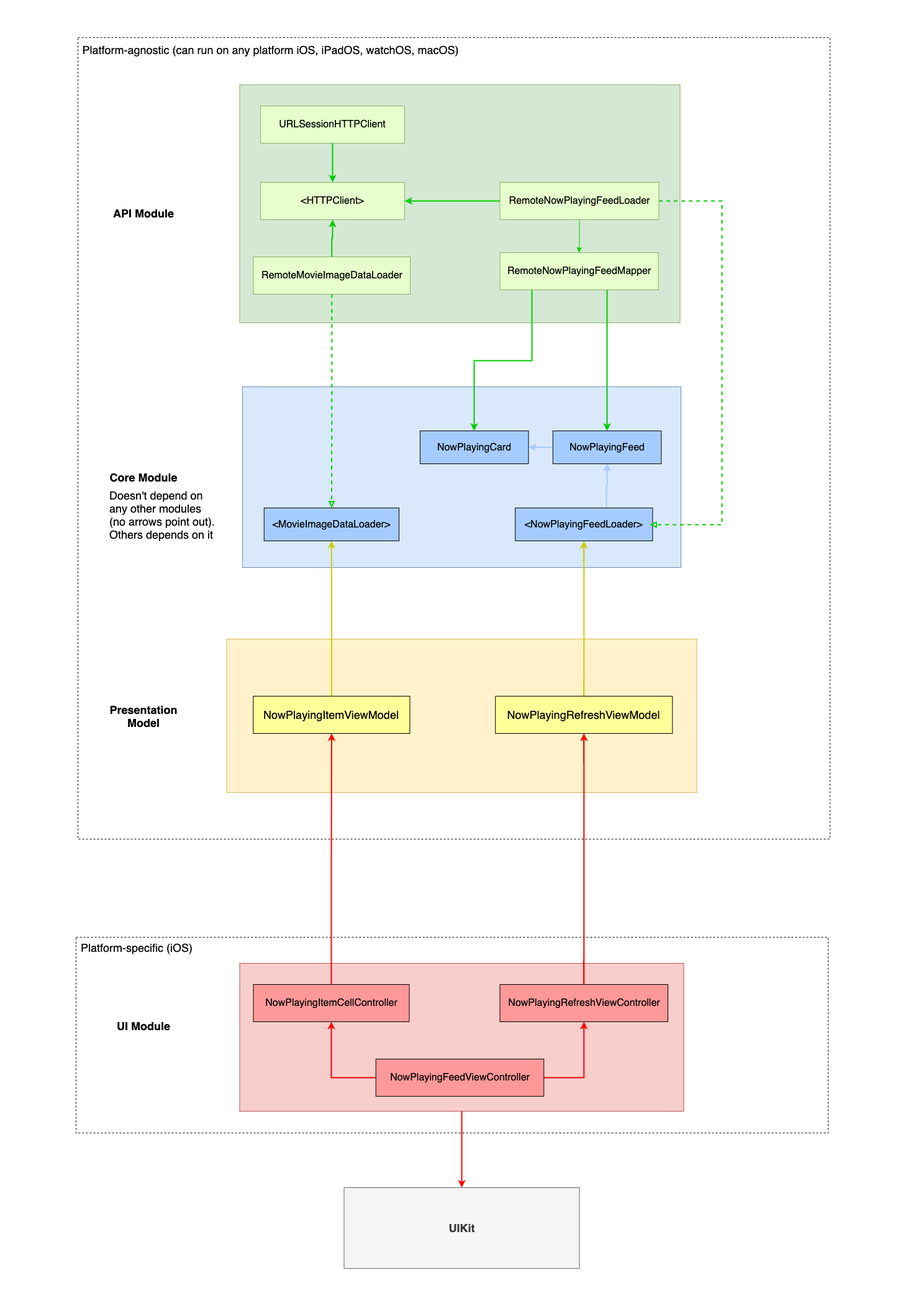
Above: Architecture-MVVM.png in LearnWithTung/MoviesApplication (draw.io), before the change. Source tidied: cells renumbered, new cells last; positions are measured from the earlier drawing's top-left corner, leaving out a move shared by most shapes.
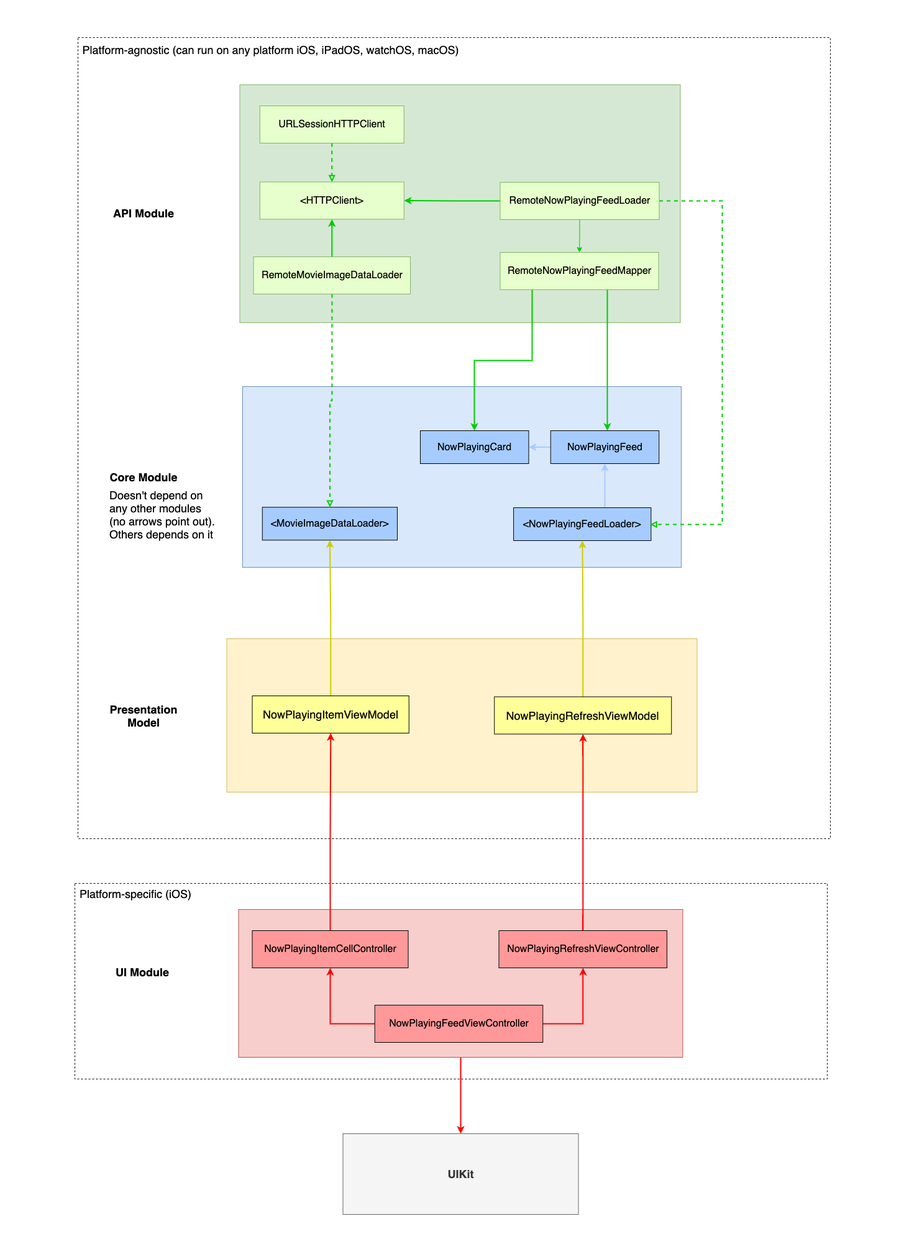
After the change.

Commit message:
update architecture diagram

What changed in the source:
```diff
@@ -9,7 +9,7 @@
       <mxGeometry x="364.5" y="1028" width="757" height="247" as="geometry" />
     </mxCell>
     <mxCell id="4" style="rounded=0;whiteSpace=wrap;html=1;fontSize=18;strokeColor=#000000;gradientColor=none;fillColor=none;dashed=1;fontStyle=1;" parent="1" vertex="1">
-      <mxGeometry x="122" y="1508" width="1211" height="315" as="geometry" />
+      <mxGeometry x="120" y="1422" width="1211" height="315" as="geometry" />
     </mxCell>
     <mxCell id="5" style="rounded=0;whiteSpace=wrap;html=1;fillColor=#dae8fc;strokeColor=#6c8ebf;" parent="1" vertex="1">
       <mxGeometry x="390" y="622" width="706" height="291" as="geometry" />
@@ -18,13 +18,13 @@
       <mxGeometry relative="1" as="geometry" />
     </mxCell>
     <mxCell id="7" value="&amp;lt;NowPlayingFeedLoader&amp;gt;" style="rounded=0;whiteSpace=wrap;html=1;fontSize=16;fillColor=#A6CCFF;" parent="1" vertex="1">
-      <mxGeometry x="829.1" y="817" width="221.2" height="53" as="geometry" />
+      <mxGeometry x="826.1" y="817" width="221.2" height="53" as="geometry" />
     </mxCell>
     <mxCell id="8" style="edgeStyle=orthogonalEdgeStyle;rounded=0;jettySize=auto;html=1;strokeColor=#A6CCFF;strokeWidth=2;" parent="1" edge="1" source="9" target="10">
       <mxGeometry relative="1" as="geometry" />
     </mxCell>
     <mxCell id="9" value="NowPlayingFeed" style="rounded=0;whiteSpace=wrap;html=1;fontSize=16;fillColor=#A6CCFF;" parent="1" vertex="1">
-      <mxGeometry x="889.8" y="693" width="174.5" height="53" as="geometry" />
+      <mxGeometry x="885.8" y="693" width="174.5" height="53" as="geometry" />
     </mxCell>
     <mxCell id="10" value="NowPlayingCard" style="rounded=0;whiteSpace=wrap;html=1;fontSize=16;fillColor=#A6CCFF;" parent="1" vertex="1">
       <mxGeometry x="676" y="693" width="174.5" height="53" as="geometry" />
@@ -70,16 +70,16 @@
       <mxGeometry x="804.5" y="406" width="255" height="60" as="geometry" />
     </mxCell>
     <mxCell id="19" value="&amp;lt;HTTPClient&amp;gt;" style="rounded=0;whiteSpace=wrap;html=1;fontSize=16;strokeColor=#82b366;fillColor=#E6FFCC;" parent="1" vertex="1">
-      <mxGeometry x="419" y="293" width="232" height="60" as="geometry" />
+      <mxGeometry x="417.8" y="292.5" width="232" height="60" as="geometry" />
     </mxCell>
-    <mxCell id="20" style="edgeStyle=orthogonalEdgeStyle;rounded=0;jettySize=auto;html=1;endArrow=classic;endFill=1;strokeWidth=2;strokeColor=#00CC00;" parent="1" edge="1" source="21" target="19">
+    <mxCell id="20" style="edgeStyle=orthogonalEdgeStyle;rounded=0;jettySize=auto;html=1;endArrow=block;endFill=0;strokeWidth=2;strokeColor=#00CC00;dashed=1;" parent="1" edge="1" source="21" target="19">
       <mxGeometry relative="1" as="geometry" />
     </mxCell>
     <mxCell id="21" value="URLSessionHTTPClient" style="rounded=0;whiteSpace=wrap;html=1;fontSize=16;strokeColor=#82b366;fillColor=#E6FFCC;" parent="1" vertex="1">
-      <mxGeometry x="419" y="170" width="232" height="60" as="geometry" />
+      <mxGeometry x="417.8" y="170" width="232" height="60" as="geometry" />
     </mxCell>
     <mxCell id="22" value="&amp;lt;MovieImageDataLoader&amp;gt;" style="rounded=0;whiteSpace=wrap;html=1;fontSize=16;fillColor=#A6CCFF;" parent="1" vertex="1">
-      <mxGeometry x="424.8" y="817" width="217.2" height="53" as="geometry" />
+      <mxGeometry x="421.8" y="816.2" width="217.2" height="53" as="geometry" />
     </mxCell>
     <mxCell id="23" style="edgeStyle=orthogonalEdgeStyle;rounded=0;jettySize=auto;html=1;endArrow=block;endFill=0;strokeWidth=2;strokeColor=#00CC00;dashed=1;" parent="1" edge="1" source="25" target="22">
       <mxGeometry relative="1" as="geometry" />
@@ -94,19 +94,19 @@
       <mxGeometry relative="1" as="geometry" />
     </mxCell>
     <mxCell id="27" style="rounded=0;whiteSpace=wrap;html=1;fillColor=#f8cecc;strokeColor=#b85450;" parent="1" vertex="1">
-      <mxGeometry x="385.5" y="1550" width="715" height="238" as="geometry" />
+      <mxGeometry x="383.5" y="1464" width="715" height="238" as="geometry" />
     </mxCell>
-    <mxCell id="28" style="edgeStyle=orthogonalEdgeStyle;rounded=0;jettySize=auto;html=1;fontSize=18;endArrow=classic;endFill=1;strokeColor=#FF0000;strokeWidth=2;" parent="1" edge="1" source="29" target="46">
+    <mxCell id="28" style="edgeStyle=orthogonalEdgeStyle;rounded=0;jettySize=auto;html=1;endArrow=classic;endFill=1;strokeColor=#FF0000;strokeWidth=2;" parent="1" edge="1" source="29" target="46">
       <mxGeometry relative="1" as="geometry" />
     </mxCell>
     <mxCell id="29" value="NowPlayingRefreshViewController" style="rounded=0;whiteSpace=wrap;html=1;fontSize=16;fillColor=#FF9999;" parent="1" vertex="1">
-      <mxGeometry x="804.5" y="1584" width="270.5" height="60" as="geometry" />
+      <mxGeometry x="802.5" y="1498" width="270.5" height="60" as="geometry" />
     </mxCell>
-    <mxCell id="30" style="edgeStyle=orthogonalEdgeStyle;rounded=0;jettySize=auto;html=1;fontSize=18;endArrow=classic;endFill=1;strokeColor=#FF0000;strokeWidth=2;" parent="1" edge="1" source="31" target="44">
+    <mxCell id="30" style="edgeStyle=orthogonalEdgeStyle;rounded=0;jettySize=auto;html=1;endArrow=classic;endFill=1;strokeColor=#FF0000;strokeWidth=2;" parent="1" edge="1" source="31" target="44">
       <mxGeometry relative="1" as="geometry" />
     </mxCell>
     <mxCell id="31" value="NowPlayingItemCellController" style="rounded=0;whiteSpace=wrap;html=1;fontSize=16;fillColor=#FF9999;" parent="1" vertex="1">
-      <mxGeometry x="407.5" y="1584" width="251" height="60" as="geometry" />
+      <mxGeometry x="405.5" y="1498" width="251" height="60" as="geometry" />
     </mxCell>
     <mxCell id="32" value="API Module" style="text;html=1;strokeColor=none;fillColor=none;align=center;verticalAlign=middle;whiteSpace=wrap;rounded=0;fontSize=18;fontStyle=1;" parent="1" vertex="1">
       <mxGeometry x="154" y="292.5" width="154" height="101.5" as="geometry" />
@@ -115,16 +115,16 @@
       <mxGeometry x="154" y="716.8" width="154" height="101.5" as="geometry" />
     </mxCell>
     <mxCell id="34" value="UI Module" style="text;html=1;strokeColor=none;fillColor=none;align=center;verticalAlign=middle;whiteSpace=wrap;rounded=0;fontSize=18;fontStyle=1;" parent="1" vertex="1">
-      <mxGeometry x="154" y="1599.8" width="154" height="101.5" as="geometry" />
+      <mxGeometry x="152" y="1513.8" width="154" height="101.5" as="geometry" />
     </mxCell>
     <mxCell id="35" value="UIKit" style="rounded=0;whiteSpace=wrap;html=1;fontSize=18;strokeColor=#666666;fillColor=#f5f5f5;fontStyle=1;fontColor=#333333;" parent="1" vertex="1">
-      <mxGeometry x="553.5" y="1911" width="379" height="130" as="geometry" />
+      <mxGeometry x="551.5" y="1825" width="379" height="130" as="geometry" />
     </mxCell>
     <mxCell id="36" value="Platform-agnostic (can run on any platform iOS, iPadOS, watchOS, macOS)" style="text;html=1;strokeColor=none;fillColor=none;align=center;verticalAlign=middle;whiteSpace=wrap;rounded=0;dashed=1;fontSize=18;" parent="1" vertex="1">
       <mxGeometry x="122" y="63" width="627" height="34" as="geometry" />
     </mxCell>
     <mxCell id="37" value="Platform-specific (iOS)" style="text;html=1;strokeColor=none;fillColor=none;align=center;verticalAlign=middle;whiteSpace=wrap;rounded=0;dashed=1;fontSize=18;" parent="1" vertex="1">
-      <mxGeometry x="122" y="1508" width="196" height="34" as="geometry" />
+      <mxGeometry x="120" y="1422" width="196" height="34" as="geometry" />
     </mxCell>
     <mxCell id="38" value="Doesn't depend on any other modules (no arrows point out). Others depends on it" style="text;html=1;strokeColor=none;fillColor=none;align=left;verticalAlign=middle;whiteSpace=wrap;rounded=0;dashed=1;fontSize=18;" parent="1" vertex="1">
       <mxGeometry x="174" y="783" width="181" height="90" as="geometry" />
@@ -139,19 +139,19 @@
       <mxGeometry x="122" width="120" height="60" as="geometry" />
     </mxCell>
     <mxCell id="42" style="rounded=0;whiteSpace=wrap;html=1;dashed=1;fontSize=18;fillColor=none;gradientColor=none;align=left;strokeColor=none;" parent="1" vertex="1">
-      <mxGeometry x="553.5" y="2041" width="120" height="60" as="geometry" />
+      <mxGeometry x="551.5" y="1955" width="120" height="60" as="geometry" />
     </mxCell>
-    <mxCell id="43" style="edgeStyle=orthogonalEdgeStyle;rounded=0;jettySize=auto;html=1;fontSize=18;endArrow=classic;endFill=1;strokeWidth=2;strokeColor=#CCCC00;" parent="1" edge="1" source="44" target="22">
+    <mxCell id="43" style="edgeStyle=orthogonalEdgeStyle;rounded=0;jettySize=auto;html=1;endArrow=classic;endFill=1;strokeWidth=2;strokeColor=#CCCC00;" parent="1" edge="1" source="44" target="22">
       <mxGeometry relative="1" as="geometry" />
     </mxCell>
     <mxCell id="44" value="NowPlayingItemViewModel" style="rounded=0;whiteSpace=wrap;html=1;fontSize=18;strokeColor=#000000;gradientColor=none;align=center;fillColor=#FFFF99;" parent="1" vertex="1">
-      <mxGeometry x="407.2" y="1120" width="252.2" height="60" as="geometry" />
+      <mxGeometry x="405.5" y="1120" width="252.2" height="60" as="geometry" />
     </mxCell>
-    <mxCell id="45" style="edgeStyle=orthogonalEdgeStyle;rounded=0;jettySize=auto;html=1;fontSize=18;endArrow=classic;endFill=1;strokeWidth=2;strokeColor=#CCCC00;" parent="1" edge="1" source="46" target="7">
+    <mxCell id="45" style="edgeStyle=orthogonalEdgeStyle;rounded=0;jettySize=auto;html=1;endArrow=classic;endFill=1;strokeWidth=2;strokeColor=#CCCC00;" parent="1" edge="1" source="46" target="7">
       <mxGeometry relative="1" as="geometry" />
     </mxCell>
     <mxCell id="46" value="NowPlayingRefreshViewModel" style="rounded=0;whiteSpace=wrap;html=1;fontSize=18;strokeColor=#000000;gradientColor=none;align=center;fillColor=#FFFF99;" parent="1" vertex="1">
-      <mxGeometry x="797.2" y="1120" width="285" height="60" as="geometry" />
+      <mxGeometry x="795.2" y="1121.5" width="285" height="60" as="geometry" />
     </mxCell>
     <mxCell id="47" value="Presentation Model" style="text;html=1;strokeColor=none;fillColor=none;align=center;verticalAlign=middle;whiteSpace=wrap;rounded=0;fontSize=18;fontStyle=1;" parent="1" vertex="1">
       <mxGeometry x="154" y="1100.8" width="154" height="101.5" as="geometry" />
@@ -163,7 +163,7 @@
       <mxGeometry relative="1" as="geometry" />
     </mxCell>
     <mxCell id="50" value="NowPlayingFeedViewController" style="rounded=0;whiteSpace=wrap;html=1;fontSize=16;fillColor=#FF9999;" parent="1" vertex="1">
-      <mxGeometry x="604.8" y="1704" width="270.5" height="60" as="geometry" />
+      <mxGeometry x="602.8" y="1618" width="270.5" height="60" as="geometry" />
     </mxCell>
   </root>
 </mxGraphModel>
```
